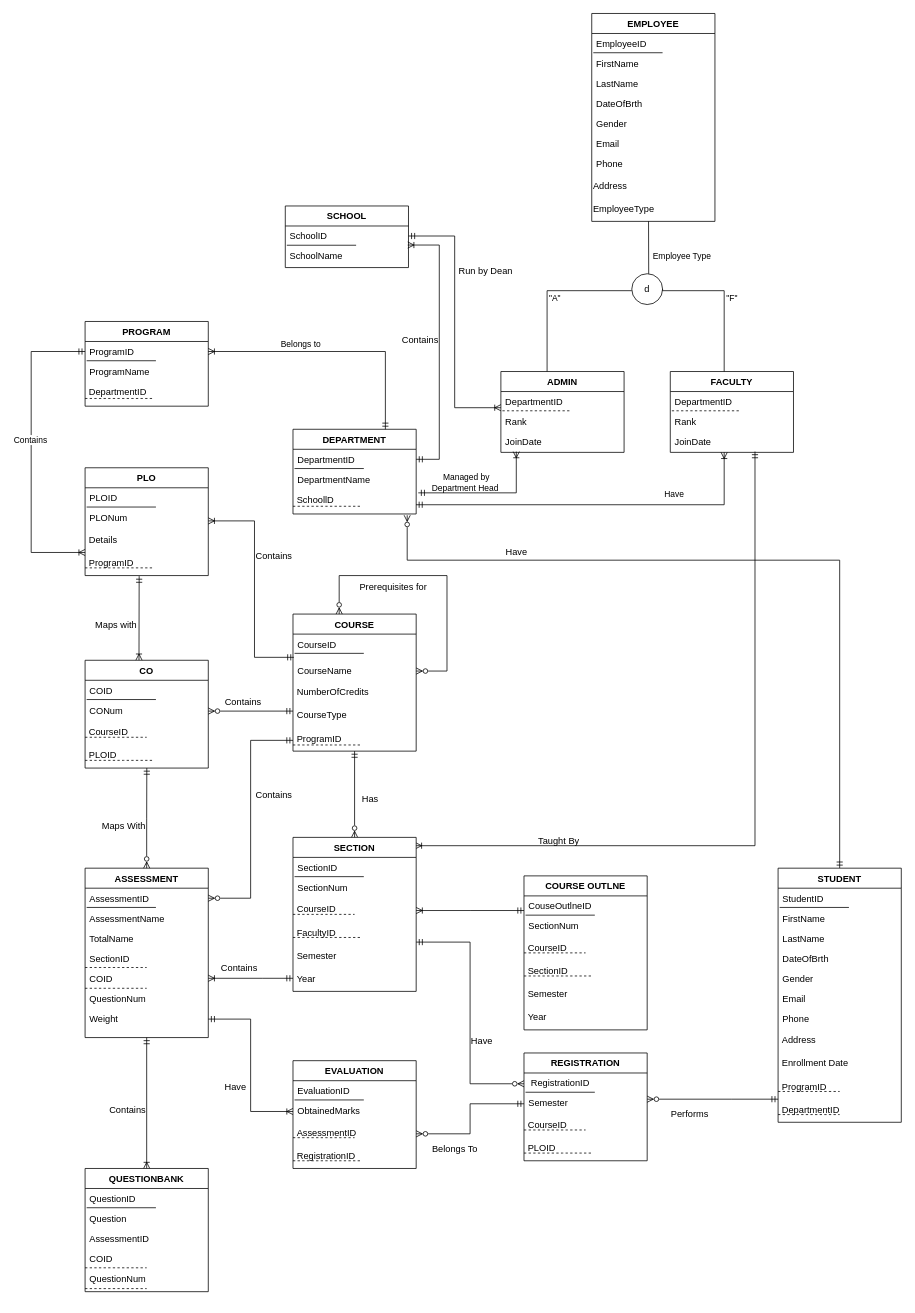
injamam00155/CSE303-sec-04-Group-03 keeps this draw.io diagram as Documentation/EERD.drawio. Above is the earlier version. Source tidied: cells renumbered, new cells numbered last; positions are measured from the earlier drawing's top-left corner, leaving out a move shared by most shapes. Both pictures are drawn from the tidied source at 77%, with x=0, y=0 at pixel (31, 13).
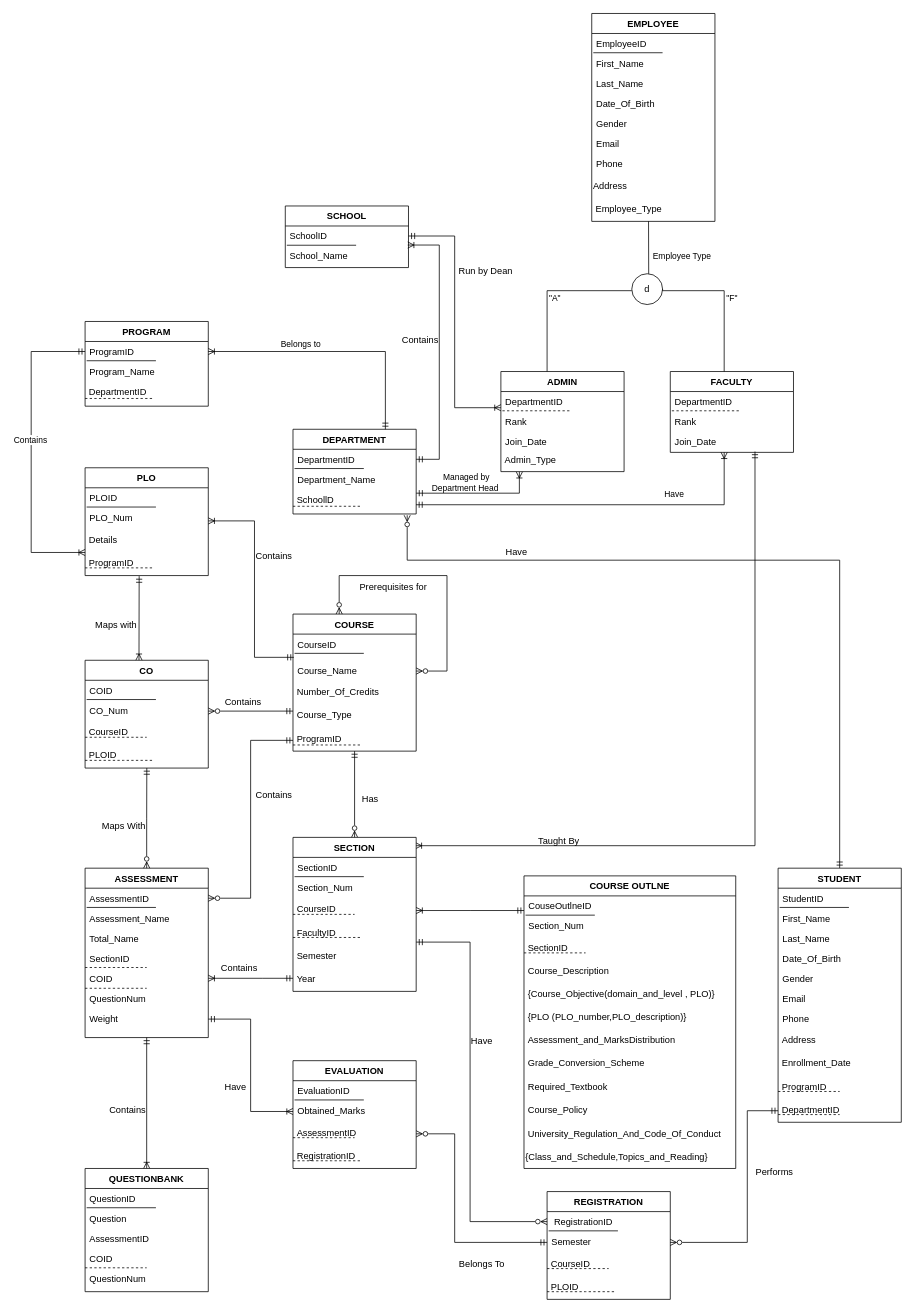
The same diagram, later.

The change refers to these unchanged cells:
```xml
<mxCell id="2" value="EMPLOYEE" style="swimlane;fontStyle=1;align=center;verticalAlign=top;horizontal=1;startSize=26;rounded=0;shadow=0;strokeWidth=1;" parent="1" vertex="1">
  <mxGeometry x="728" width="160" height="270" as="geometry" />
</mxCell>
<mxCell id="22" value="FACULTY" style="swimlane;fontStyle=1;align=center;verticalAlign=top;horizontal=1;startSize=26;rounded=0;shadow=0;strokeWidth=1;" parent="1" vertex="1">
  <mxGeometry x="830" y="465" width="160" height="105" as="geometry" />
</mxCell>
<mxCell id="28" value="SCHOOL" style="swimlane;fontStyle=1;align=center;verticalAlign=top;horizontal=1;startSize=26;rounded=0;shadow=0;strokeWidth=1;" parent="1" vertex="1">
  <mxGeometry x="330" y="250" width="160" height="80" as="geometry" />
</mxCell>
<mxCell id="35" value="DEPARTMENT" style="swimlane;fontStyle=1;align=center;verticalAlign=top;horizontal=1;startSize=26;rounded=0;shadow=0;strokeWidth=1;" parent="1" vertex="1">
  <mxGeometry x="340" y="540" width="160" height="110" as="geometry" />
</mxCell>
<mxCell id="39" value="&amp;nbsp;SchoollD" style="text;html=1;align=left;verticalAlign=top;points=[];strokeColor=none;fillColor=none;" parent="35" vertex="1">
  <mxGeometry y="78" width="160" height="30" as="geometry" />
</mxCell>
<mxCell id="47" value="PROGRAM" style="swimlane;fontStyle=1;align=center;verticalAlign=top;horizontal=1;startSize=26;rounded=0;shadow=0;strokeWidth=1;" parent="1" vertex="1">
  <mxGeometry x="70" y="400" width="160" height="110" as="geometry" />
</mxCell>
<mxCell id="58" value="PLO" style="swimlane;fontStyle=1;align=center;verticalAlign=top;horizontal=1;startSize=26;rounded=0;shadow=0;strokeWidth=1;" parent="1" vertex="1">
  <mxGeometry x="70" y="590" width="160" height="140" as="geometry" />
</mxCell>
<mxCell id="67" value="CO" style="swimlane;fontStyle=1;align=center;verticalAlign=top;horizontal=1;startSize=26;rounded=0;shadow=0;strokeWidth=1;" parent="1" vertex="1">
  <mxGeometry x="70" y="840" width="160" height="140" as="geometry" />
</mxCell>
<mxCell id="77" value="COURSE" style="swimlane;fontStyle=1;align=center;verticalAlign=top;horizontal=1;startSize=26;rounded=0;shadow=0;strokeWidth=1;" parent="1" vertex="1">
  <mxGeometry x="340" y="780" width="160" height="178" as="geometry" />
</mxCell>
<mxCell id="91" value="SECTION" style="swimlane;fontStyle=1;align=center;verticalAlign=top;horizontal=1;startSize=26;rounded=0;shadow=0;strokeWidth=1;" parent="1" vertex="1">
  <mxGeometry x="340" y="1070" width="160" height="200" as="geometry" />
</mxCell>
<mxCell id="103" value="ASSESSMENT" style="swimlane;fontStyle=1;align=center;verticalAlign=top;horizontal=1;startSize=26;rounded=0;shadow=0;strokeWidth=1;" parent="1" vertex="1">
  <mxGeometry x="70" y="1110" width="160" height="220" as="geometry" />
</mxCell>
<mxCell id="119" value="EVALUATION" style="swimlane;fontStyle=1;align=center;verticalAlign=top;horizontal=1;startSize=26;rounded=0;shadow=0;strokeWidth=1;" parent="1" vertex="1">
  <mxGeometry x="340" y="1360" width="160" height="140" as="geometry" />
</mxCell>
<mxCell id="123" value="&amp;nbsp;AssessmentID" style="text;html=1;align=left;verticalAlign=top;points=[];strokeColor=none;fillColor=none;" parent="119" vertex="1">
  <mxGeometry y="80" width="160" height="30" as="geometry" />
</mxCell>
<mxCell id="130" value="STUDENT" style="swimlane;fontStyle=1;align=center;verticalAlign=top;horizontal=1;startSize=26;rounded=0;shadow=0;strokeWidth=1;" parent="1" vertex="1">
  <mxGeometry x="970" y="1110" width="160" height="330" as="geometry" />
</mxCell>
<mxCell id="143" value="&amp;nbsp;DepartmentID" style="text;html=1;align=left;verticalAlign=top;points=[];strokeColor=none;fillColor=none;" parent="130" vertex="1">
  <mxGeometry y="300" width="160" height="30" as="geometry" />
</mxCell>
<mxCell id="148" value="Semester" style="text;align=left;verticalAlign=top;spacingLeft=4;spacingRight=4;overflow=hidden;points=[[0,0.5],[1,0.5]];portConstraint=eastwest;rounded=0;shadow=0;html=0;" parent="145" vertex="1">
  <mxGeometry y="52" width="160" height="28" as="geometry" />
</mxCell>
<mxCell id="173" value="QUESTIONBANK" style="swimlane;fontStyle=1;align=center;verticalAlign=top;horizontal=1;startSize=26;rounded=0;shadow=0;strokeWidth=1;" parent="1" vertex="1">
  <mxGeometry x="70" y="1500" width="160" height="160" as="geometry" />
</mxCell>
```

What changed in the source:
```diff
@@
-    <mxCell id="5" value="FirstName" style="text;align=left;verticalAlign=top;spacingLeft=4;spacingRight=4;overflow=hidden;rounded=0;shadow=0;html=0;" parent="2" vertex="1">
+    <mxCell id="5" value="First_Name" style="text;align=left;verticalAlign=top;spacingLeft=4;spacingRight=4;overflow=hidden;rounded=0;shadow=0;html=0;" parent="2" vertex="1">
       <mxGeometry y="52" width="160" height="26" as="geometry" />
     </mxCell>
-    <mxCell id="6" value="LastName" style="text;align=left;verticalAlign=top;spacingLeft=4;spacingRight=4;overflow=hidden;rounded=0;shadow=0;html=0;" parent="2" vertex="1">
+    <mxCell id="6" value="Last_Name" style="text;align=left;verticalAlign=top;spacingLeft=4;spacingRight=4;overflow=hidden;rounded=0;shadow=0;html=0;" parent="2" vertex="1">
       <mxGeometry y="78" width="160" height="26" as="geometry" />
     </mxCell>
-    <mxCell id="7" value="DateOfBrth" style="text;align=left;verticalAlign=top;spacingLeft=4;spacingRight=4;overflow=hidden;rounded=0;shadow=0;html=0;" parent="2" vertex="1">
+    <mxCell id="7" value="Date_Of_Birth" style="text;align=left;verticalAlign=top;spacingLeft=4;spacingRight=4;overflow=hidden;rounded=0;shadow=0;html=0;" parent="2" vertex="1">
       <mxGeometry y="104" width="160" height="26" as="geometry" />
     </mxCell>
@@
-    <mxCell id="12" value="EmployeeType" style="text;html=1;align=left;verticalAlign=top;points=[];strokeColor=none;fillColor=none;" parent="2" vertex="1">
+    <mxCell id="12" value="&amp;nbsp;Employee_Type" style="text;html=1;align=left;verticalAlign=top;points=[];strokeColor=none;fillColor=none;" parent="2" vertex="1">
       <mxGeometry y="240" width="160" height="30" as="geometry" />
     </mxCell>
@@
     <mxCell id="16" value="ADMIN" style="swimlane;fontStyle=1;align=center;verticalAlign=top;horizontal=1;startSize=26;rounded=0;shadow=0;strokeWidth=1;" parent="1" vertex="1">
-      <mxGeometry x="610" y="465" width="160" height="105" as="geometry" />
+      <mxGeometry x="610" y="465" width="160" height="130" as="geometry" />
     </mxCell>
@@
-    <mxCell id="20" value="JoinDate " style="text;align=left;verticalAlign=top;spacingLeft=4;spacingRight=4;overflow=hidden;points=[[0,0.5],[1,0.5]];portConstraint=eastwest;rounded=0;shadow=0;html=0;" parent="16" vertex="1">
-      <mxGeometry y="78" width="160" height="26" as="geometry" />
+    <mxCell id="20" value="Join_Date " style="text;align=left;verticalAlign=top;spacingLeft=4;spacingRight=4;overflow=hidden;points=[[0,0.5],[1,0.5]];portConstraint=eastwest;rounded=0;shadow=0;html=0;" parent="16" vertex="1">
+      <mxGeometry y="78" width="160" height="22" as="geometry" />
     </mxCell>
+    <mxCell id="183" value="&amp;nbsp;Admin_Type" style="text;html=1;align=left;verticalAlign=middle;points=[];strokeColor=none;fillColor=none;" parent="16" vertex="1">
+      <mxGeometry y="100" width="160" height="30" as="geometry" />
+    </mxCell>
@@
-    <mxCell id="26" value="JoinDate " style="text;align=left;verticalAlign=top;spacingLeft=4;spacingRight=4;overflow=hidden;points=[[0,0.5],[1,0.5]];portConstraint=eastwest;rounded=0;shadow=0;html=0;" parent="22" vertex="1">
+    <mxCell id="26" value="Join_Date " style="text;align=left;verticalAlign=top;spacingLeft=4;spacingRight=4;overflow=hidden;points=[[0,0.5],[1,0.5]];portConstraint=eastwest;rounded=0;shadow=0;html=0;" parent="22" vertex="1">
       <mxGeometry y="78" width="160" height="26" as="geometry" />
     </mxCell>
@@
-    <mxCell id="31" value="SchoolName" style="text;align=left;verticalAlign=top;spacingLeft=4;spacingRight=4;overflow=hidden;rounded=0;shadow=0;html=0;" parent="28" vertex="1">
+    <mxCell id="31" value="School_Name" style="text;align=left;verticalAlign=top;spacingLeft=4;spacingRight=4;overflow=hidden;rounded=0;shadow=0;html=0;" parent="28" vertex="1">
       <mxGeometry y="52" width="160" height="26" as="geometry" />
     </mxCell>
@@
-    <mxCell id="38" value="DepartmentName" style="text;align=left;verticalAlign=top;spacingLeft=4;spacingRight=4;overflow=hidden;rounded=0;shadow=0;html=0;" parent="35" vertex="1">
+    <mxCell id="38" value="Department_Name" style="text;align=left;verticalAlign=top;spacingLeft=4;spacingRight=4;overflow=hidden;rounded=0;shadow=0;html=0;" parent="35" vertex="1">
       <mxGeometry y="52" width="160" height="26" as="geometry" />
     </mxCell>
@@
-    <mxCell id="43" style="endArrow=ERoneToMany;html=1;rounded=0;edgeStyle=elbowEdgeStyle;startArrow=ERmandOne;startFill=0;endFill=0;exitX=1.017;exitY=0.152;exitDx=0;exitDy=0;exitPerimeter=0;" parent="1" edge="1" source="39" target="20">
+    <mxCell id="43" style="endArrow=ERoneToMany;html=1;rounded=0;edgeStyle=elbowEdgeStyle;startArrow=ERmandOne;startFill=0;endFill=0;entryX=0.153;entryY=1.009;entryDx=0;entryDy=0;entryPerimeter=0;" parent="1" edge="1" target="183">
       <mxGeometry relative="1" as="geometry">
+        <mxPoint x="500" y="623" as="sourcePoint" />
         <Array as="points">
-          <mxPoint x="630" y="630" />
+          <mxPoint x="634" y="630" />
           <mxPoint x="660" y="620" />
           <mxPoint x="660" y="640" />
           <mxPoint x="670" y="759.3" />
         </Array>
       </mxGeometry>
     </mxCell>
@@
-    <mxCell id="50" value="ProgramName" style="text;align=left;verticalAlign=top;spacingLeft=4;spacingRight=4;overflow=hidden;rounded=0;shadow=0;html=0;" parent="47" vertex="1">
+    <mxCell id="50" value="Program_Name" style="text;align=left;verticalAlign=top;spacingLeft=4;spacingRight=4;overflow=hidden;rounded=0;shadow=0;html=0;" parent="47" vertex="1">
       <mxGeometry y="52" width="160" height="26" as="geometry" />
     </mxCell>
@@
-    <mxCell id="61" value="PLONum" style="text;align=left;verticalAlign=top;spacingLeft=4;spacingRight=4;overflow=hidden;rounded=0;shadow=0;html=0;" parent="58" vertex="1">
+    <mxCell id="61" value="PLO_Num" style="text;align=left;verticalAlign=top;spacingLeft=4;spacingRight=4;overflow=hidden;rounded=0;shadow=0;html=0;" parent="58" vertex="1">
       <mxGeometry y="52" width="160" height="28" as="geometry" />
     </mxCell>
@@
-    <mxCell id="70" value="CONum" style="text;align=left;verticalAlign=top;spacingLeft=4;spacingRight=4;overflow=hidden;points=[[0,0.5],[1,0.5]];portConstraint=eastwest;rounded=0;shadow=0;html=0;" parent="67" vertex="1">
+    <mxCell id="70" value="CO_Num" style="text;align=left;verticalAlign=top;spacingLeft=4;spacingRight=4;overflow=hidden;points=[[0,0.5],[1,0.5]];portConstraint=eastwest;rounded=0;shadow=0;html=0;" parent="67" vertex="1">
       <mxGeometry y="52" width="160" height="28" as="geometry" />
     </mxCell>
@@
-    <mxCell id="80" value="CourseName" style="text;align=left;verticalAlign=top;spacingLeft=4;spacingRight=4;overflow=hidden;points=[[0,0.5],[1,0.5]];portConstraint=eastwest;rounded=0;shadow=0;html=0;" parent="77" vertex="1">
+    <mxCell id="80" value="Course_Name" style="text;align=left;verticalAlign=top;spacingLeft=4;spacingRight=4;overflow=hidden;points=[[0,0.5],[1,0.5]];portConstraint=eastwest;rounded=0;shadow=0;html=0;" parent="77" vertex="1">
       <mxGeometry y="60" width="160" height="28" as="geometry" />
     </mxCell>
-    <mxCell id="81" value="&amp;nbsp;NumberOfCredits" style="text;html=1;align=left;verticalAlign=top;strokeColor=none;fillColor=none;" parent="77" vertex="1">
+    <mxCell id="81" value="&amp;nbsp;Number_Of_Credits" style="text;html=1;align=left;verticalAlign=top;strokeColor=none;fillColor=none;" parent="77" vertex="1">
       <mxGeometry y="88" width="160" height="30" as="geometry" />
     </mxCell>
-    <mxCell id="82" value="&amp;nbsp;CourseType" style="text;html=1;align=left;verticalAlign=top;points=[];strokeColor=none;fillColor=none;" parent="77" vertex="1">
+    <mxCell id="82" value="&amp;nbsp;Course_Type" style="text;html=1;align=left;verticalAlign=top;points=[];strokeColor=none;fillColor=none;" parent="77" vertex="1">
       <mxGeometry y="118" width="160" height="30" as="geometry" />
     </mxCell>
@@
-    <mxCell id="94" value="SectionNum" style="text;align=left;verticalAlign=top;spacingLeft=4;spacingRight=4;overflow=hidden;rounded=0;shadow=0;html=0;" parent="91" vertex="1">
+    <mxCell id="94" value="Section_Num" style="text;align=left;verticalAlign=top;spacingLeft=4;spacingRight=4;overflow=hidden;rounded=0;shadow=0;html=0;" parent="91" vertex="1">
       <mxGeometry y="52" width="160" height="28" as="geometry" />
     </mxCell>
@@
-    <mxCell id="106" value="AssessmentName" style="text;align=left;verticalAlign=top;spacingLeft=4;spacingRight=4;overflow=hidden;rounded=0;shadow=0;html=0;" parent="103" vertex="1">
+    <mxCell id="106" value="Assessment_Name" style="text;align=left;verticalAlign=top;spacingLeft=4;spacingRight=4;overflow=hidden;rounded=0;shadow=0;html=0;" parent="103" vertex="1">
       <mxGeometry y="52" width="160" height="26" as="geometry" />
     </mxCell>
-    <mxCell id="107" value="TotalName" style="text;align=left;verticalAlign=top;spacingLeft=4;spacingRight=4;overflow=hidden;rounded=0;shadow=0;html=0;" parent="103" vertex="1">
+    <mxCell id="107" value="Total_Name" style="text;align=left;verticalAlign=top;spacingLeft=4;spacingRight=4;overflow=hidden;rounded=0;shadow=0;html=0;" parent="103" vertex="1">
       <mxGeometry y="78" width="160" height="26" as="geometry" />
     </mxCell>
@@
-    <mxCell id="122" value="ObtainedMarks" style="text;align=left;verticalAlign=top;spacingLeft=4;spacingRight=4;overflow=hidden;points=[[0,0.5],[1,0.5]];portConstraint=eastwest;rounded=0;shadow=0;html=0;" parent="119" vertex="1">
+    <mxCell id="122" value="Obtained_Marks" style="text;align=left;verticalAlign=top;spacingLeft=4;spacingRight=4;overflow=hidden;points=[[0,0.5],[1,0.5]];portConstraint=eastwest;rounded=0;shadow=0;html=0;" parent="119" vertex="1">
       <mxGeometry y="52" width="160" height="28" as="geometry" />
     </mxCell>
@@
-    <mxCell id="133" value="FirstName" style="text;align=left;verticalAlign=top;spacingLeft=4;spacingRight=4;overflow=hidden;rounded=0;shadow=0;html=0;" parent="130" vertex="1">
+    <mxCell id="133" value="First_Name" style="text;align=left;verticalAlign=top;spacingLeft=4;spacingRight=4;overflow=hidden;rounded=0;shadow=0;html=0;" parent="130" vertex="1">
       <mxGeometry y="52" width="160" height="26" as="geometry" />
     </mxCell>
-    <mxCell id="134" value="LastName" style="text;align=left;verticalAlign=top;spacingLeft=4;spacingRight=4;overflow=hidden;rounded=0;shadow=0;html=0;" parent="130" vertex="1">
+    <mxCell id="134" value="Last_Name" style="text;align=left;verticalAlign=top;spacingLeft=4;spacingRight=4;overflow=hidden;rounded=0;shadow=0;html=0;" parent="130" vertex="1">
       <mxGeometry y="78" width="160" height="26" as="geometry" />
     </mxCell>
-    <mxCell id="135" value="DateOfBrth" style="text;align=left;verticalAlign=top;spacingLeft=4;spacingRight=4;overflow=hidden;rounded=0;shadow=0;html=0;" parent="130" vertex="1">
+    <mxCell id="135" value="Date_Of_Birth" style="text;align=left;verticalAlign=top;spacingLeft=4;spacingRight=4;overflow=hidden;rounded=0;shadow=0;html=0;" parent="130" vertex="1">
       <mxGeometry y="104" width="160" height="26" as="geometry" />
     </mxCell>
@@
-    <mxCell id="140" value="&amp;nbsp;Enrollment Date" style="text;html=1;align=left;verticalAlign=top;strokeColor=none;fillColor=none;" parent="130" vertex="1">
+    <mxCell id="140" value="&amp;nbsp;Enrollment_Date" style="text;html=1;align=left;verticalAlign=top;strokeColor=none;fillColor=none;" parent="130" vertex="1">
       <mxGeometry y="240" width="160" height="30" as="geometry" />
     </mxCell>
@@
     <mxCell id="145" value="REGISTRATION" style="swimlane;fontStyle=1;align=center;verticalAlign=top;horizontal=1;startSize=26;rounded=0;shadow=0;strokeWidth=1;" parent="1" vertex="1">
-      <mxGeometry x="640" y="1350" width="160" height="140" as="geometry" />
+      <mxGeometry x="670" y="1530" width="160" height="140" as="geometry" />
     </mxCell>
@@
     <mxCell id="153" style="edgeStyle=elbowEdgeStyle;rounded=0;jettySize=auto;html=1;startArrow=ERzeroToMany;startFill=0;endArrow=ERmandOne;endFill=0;" parent="1" edge="1" source="148" target="143">
       <mxGeometry relative="1" as="geometry">
         <Array as="points">
+          <mxPoint x="930" y="1480" />
           <mxPoint x="910" y="1410" />
         </Array>
       </mxGeometry>
     </mxCell>
     <mxCell id="154" value="Performs" style="text;html=1;align=center;verticalAlign=middle;strokeColor=none;fillColor=none;" parent="1" vertex="1">
-      <mxGeometry x="820" y="1415" width="70" height="30" as="geometry" />
+      <mxGeometry x="930" y="1490" width="70" height="30" as="geometry" />
     </mxCell>
     <mxCell id="155" style="edgeStyle=elbowEdgeStyle;rounded=0;jettySize=auto;html=1;startArrow=ERzeroToMany;startFill=0;endArrow=ERmandOne;endFill=0;" parent="1" edge="1" source="123" target="148">
-      <mxGeometry relative="1" as="geometry" />
+      <mxGeometry relative="1" as="geometry">
+        <Array as="points">
+          <mxPoint x="550" y="1570" />
+        </Array>
+      </mxGeometry>
     </mxCell>
     <mxCell id="156" value="Belongs To" style="text;html=1;align=center;verticalAlign=middle;strokeColor=none;fillColor=none;" parent="1" vertex="1">
-      <mxGeometry x="510" y="1460" width="80" height="30" as="geometry" />
+      <mxGeometry x="545" y="1610" width="80" height="30" as="geometry" />
     </mxCell>
@@
     <mxCell id="160" value="COURSE OUTLNE" style="swimlane;fontStyle=1;align=center;verticalAlign=top;horizontal=1;startSize=26;rounded=0;shadow=0;strokeWidth=1;" parent="1" vertex="1">
-      <mxGeometry x="640" y="1120" width="160" height="200" as="geometry" />
+      <mxGeometry x="640" y="1120" width="275" height="380" as="geometry" />
     </mxCell>
     <mxCell id="161" value="CouseOutlneID" style="text;align=left;verticalAlign=top;spacingLeft=4;spacingRight=4;overflow=hidden;" parent="160" vertex="1">
-      <mxGeometry y="26" width="160" height="26" as="geometry" />
+      <mxGeometry y="26" width="275" height="26" as="geometry" />
     </mxCell>
@@
-    <mxCell id="163" value="SectionNum" style="text;align=left;verticalAlign=top;spacingLeft=4;spacingRight=4;overflow=hidden;rounded=0;shadow=0;html=0;" parent="160" vertex="1">
-      <mxGeometry y="52" width="160" height="28" as="geometry" />
+    <mxCell id="163" value="Section_Num" style="text;align=left;verticalAlign=top;spacingLeft=4;spacingRight=4;overflow=hidden;rounded=0;shadow=0;html=0;" parent="160" vertex="1">
+      <mxGeometry y="52" width="275" height="28" as="geometry" />
     </mxCell>
-    <mxCell id="164" value="&amp;nbsp;CourseID" style="text;html=1;align=left;verticalAlign=top;strokeColor=none;fillColor=none;" parent="160" vertex="1">
-      <mxGeometry y="80" width="160" height="30" as="geometry" />
+    <mxCell id="164" value="&amp;nbsp;SectionID" style="text;html=1;align=left;verticalAlign=top;strokeColor=none;fillColor=none;" parent="160" vertex="1">
+      <mxGeometry y="80" width="275" height="30" as="geometry" />
     </mxCell>
+    <mxCell id="184" value="&amp;nbsp;Course_Description" style="text;html=1;align=left;verticalAlign=top;strokeColor=none;fillColor=none;" parent="160" vertex="1">
+      <mxGeometry y="110" width="275" height="30" as="geometry" />
+    </mxCell>
+    <mxCell id="185" value="&amp;nbsp;{Course_Objective(domain_and_level , PLO)}" style="text;html=1;align=left;verticalAlign=top;strokeColor=none;fillColor=none;" parent="160" vertex="1">
+      <mxGeometry y="140" width="275" height="30" as="geometry" />
+    </mxCell>
@@
-    <mxCell id="166" value="&amp;nbsp;SectionID" style="text;html=1;align=left;verticalAlign=top;strokeColor=none;fillColor=none;" parent="160" vertex="1">
-      <mxGeometry y="110" width="160" height="30" as="geometry" />
+    <mxCell id="166" value="&amp;nbsp;{PLO (PLO_number,PLO_description)}" style="text;html=1;align=left;verticalAlign=top;strokeColor=none;fillColor=none;" parent="160" vertex="1">
+      <mxGeometry y="170" width="275" height="30" as="geometry" />
     </mxCell>
-    <mxCell id="167" value="&amp;nbsp;Semester" style="text;html=1;align=left;verticalAlign=top;strokeColor=none;fillColor=none;" parent="160" vertex="1">
-      <mxGeometry y="140" width="160" height="30" as="geometry" />
+    <mxCell id="167" value="&amp;nbsp;Assessment_and_MarksDistribution" style="text;html=1;align=left;verticalAlign=top;strokeColor=none;fillColor=none;" parent="160" vertex="1">
+      <mxGeometry y="200" width="275" height="30" as="geometry" />
     </mxCell>
-    <mxCell id="168" value="&amp;nbsp;Year" style="text;html=1;align=left;verticalAlign=top;strokeColor=none;fillColor=none;" parent="160" vertex="1">
-      <mxGeometry y="170" width="160" height="30" as="geometry" />
+    <mxCell id="168" value="&amp;nbsp;Grade_Conversion_Scheme" style="text;html=1;align=left;verticalAlign=top;strokeColor=none;fillColor=none;" parent="160" vertex="1">
+      <mxGeometry y="230" width="275" height="30" as="geometry" />
     </mxCell>
-    <mxCell id="169" style="endArrow=none;dashed=1;html=1;rounded=0;" parent="160" edge="1">
-      <mxGeometry relative="1" as="geometry">
-        <mxPoint y="130" as="sourcePoint" />
-        <mxPoint x="90" y="130" as="targetPoint" />
-        <Array as="points">
-          <mxPoint x="50" y="130" />
-        </Array>
-      </mxGeometry>
-    </mxCell>
+    <mxCell id="186" value="&amp;nbsp;Required_Textbook" style="text;html=1;align=left;verticalAlign=top;strokeColor=none;fillColor=none;" parent="160" vertex="1">
+      <mxGeometry y="260" width="275" height="30" as="geometry" />
+    </mxCell>
+    <mxCell id="187" value="&amp;nbsp;Course_Policy" style="text;html=1;align=left;verticalAlign=top;strokeColor=none;fillColor=none;" parent="160" vertex="1">
+      <mxGeometry y="290" width="275" height="30" as="geometry" />
+    </mxCell>
+    <mxCell id="188" value="&amp;nbsp;University_Regulation_And_Code_Of_Conduct" style="text;html=1;align=left;verticalAlign=middle;strokeColor=none;fillColor=none;" parent="160" vertex="1">
+      <mxGeometry y="320" width="275" height="30" as="geometry" />
+    </mxCell>
+    <mxCell id="189" value="{Class_and_Schedule,Topics_and_Reading}" style="text;html=1;align=left;verticalAlign=middle;strokeColor=none;fillColor=none;" parent="160" vertex="1">
+      <mxGeometry y="350" width="275" height="30" as="geometry" />
+    </mxCell>
@@
-    <mxCell id="180" style="endArrow=none;dashed=1;html=1;rounded=0;fontSize=12;" parent="173" edge="1">
-      <mxGeometry relative="1" as="geometry">
-        <mxPoint y="156" as="sourcePoint" />
-        <mxPoint x="80" y="156" as="targetPoint" />
-      </mxGeometry>
-    </mxCell>
     <mxCell id="181" value="QuestionNum" style="text;align=left;verticalAlign=top;spacingLeft=4;spacingRight=4;overflow=hidden;" parent="173" vertex="1">
-      <mxGeometry y="130" width="160" height="26" as="geometry" />
+      <mxGeometry y="130" width="160" height="30" as="geometry" />
     </mxCell>
```
